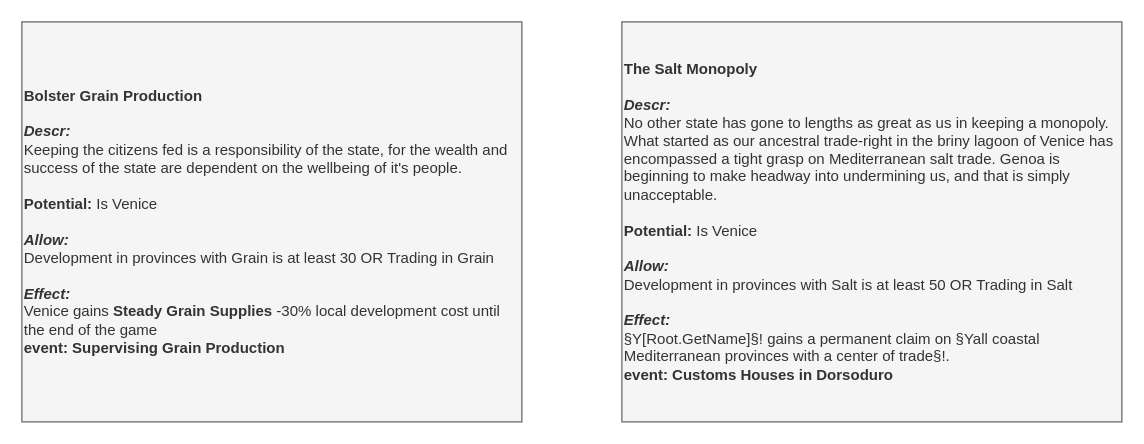
Above: page "Decisions Venice/Milan" (4 of 5) of It's Cotoletta and Moleche Time/It's Cotoletta and Moleche 0.2.drawio in Melvasul/Missions-Expanded (draw.io), before the change. Source tidied: cells renumbered, new cells numbered last; positions are measured from the earlier drawing's top-left corner, leaving out a move shared by most shapes. Both pictures are drawn from the tidied source at 125%, with x=0, y=0 at pixel (21, 21).
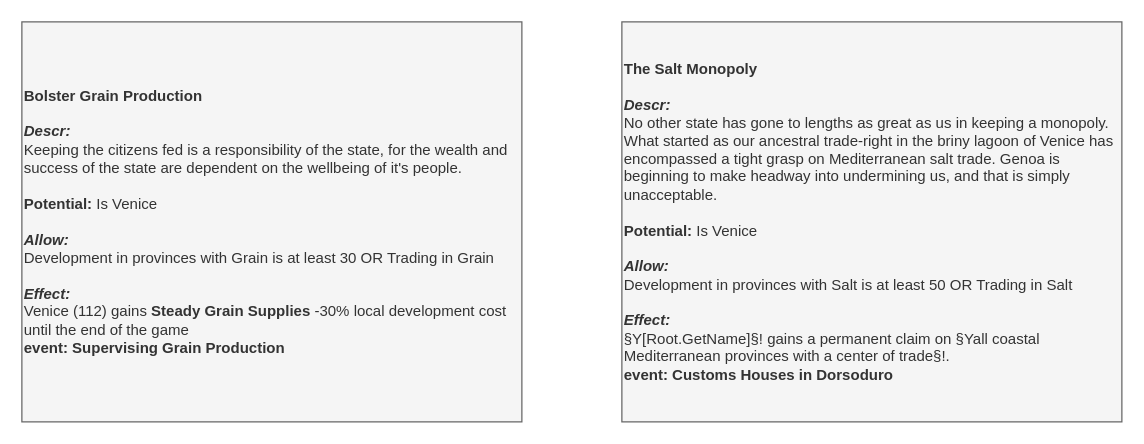
The same diagram, later.

Diff of the diagram source:
```diff
@@
 <mxGraphModel>
   <root>
     <mxCell id="0" />
     <mxCell id="1" parent="0" />
-    <mxCell id="2" value="&lt;div&gt;&lt;b&gt;Bolster Grain Production&lt;/b&gt;&lt;br&gt;&lt;/div&gt;&lt;div&gt;&lt;b&gt;&lt;br&gt;&lt;/b&gt;&lt;/div&gt;&lt;div&gt;&lt;b&gt;&lt;i&gt;Descr:&lt;/i&gt;&lt;/b&gt;&amp;nbsp;&lt;/div&gt;&lt;div&gt;Keeping the citizens fed is a responsibility of the state, for the wealth and success of the state are dependent on the wellbeing of it's people.&lt;br&gt;&lt;/div&gt;&lt;div&gt;&lt;br&gt;&lt;/div&gt;&lt;div&gt;&lt;b&gt;Potential:&lt;/b&gt; Is Venice&lt;/div&gt;&lt;div&gt;&lt;br&gt;&lt;/div&gt;&lt;div style=&quot;font-size: 12px&quot;&gt;&lt;span style=&quot;font-size: 12px&quot;&gt;&lt;b&gt;&lt;i&gt;Allow:&lt;/i&gt;&lt;/b&gt;&lt;/span&gt;&lt;/div&gt;&lt;div style=&quot;font-size: 12px&quot;&gt;Development in provinces with Grain is at least 30 OR Trading in Grain&lt;/div&gt;&lt;div style=&quot;font-size: 12px&quot;&gt;&lt;br&gt;&lt;/div&gt;&lt;div style=&quot;font-size: 12px&quot;&gt;&lt;span style=&quot;font-size: 12px&quot;&gt;&lt;b&gt;&lt;i&gt;Effect:&lt;/i&gt;&lt;/b&gt;&lt;/span&gt;&lt;/div&gt;&lt;div style=&quot;font-size: 12px&quot;&gt;Venice gains&amp;nbsp;&lt;b&gt;Steady Grain Supplies&lt;/b&gt;&amp;nbsp;-30% local development cost until the end of the game&lt;/div&gt;&lt;div&gt;&lt;/div&gt;&lt;b&gt;event: Supervising Grain Production&lt;/b&gt;" style="rounded=0;whiteSpace=wrap;html=1;fillColor=#f5f5f5;strokeColor=#666666;fontSize=12;align=left;fontColor=#333333;" parent="1" vertex="1">
+    <mxCell id="2" value="&lt;div&gt;&lt;b&gt;Bolster Grain Production&lt;/b&gt;&lt;br&gt;&lt;/div&gt;&lt;div&gt;&lt;b&gt;&lt;br&gt;&lt;/b&gt;&lt;/div&gt;&lt;div&gt;&lt;b&gt;&lt;i&gt;Descr:&lt;/i&gt;&lt;/b&gt;&amp;nbsp;&lt;/div&gt;&lt;div&gt;Keeping the citizens fed is a responsibility of the state, for the wealth and success of the state are dependent on the wellbeing of it's people.&lt;br&gt;&lt;/div&gt;&lt;div&gt;&lt;br&gt;&lt;/div&gt;&lt;div&gt;&lt;b&gt;Potential:&lt;/b&gt; Is Venice&lt;/div&gt;&lt;div&gt;&lt;br&gt;&lt;/div&gt;&lt;div style=&quot;font-size: 12px&quot;&gt;&lt;span style=&quot;font-size: 12px&quot;&gt;&lt;b&gt;&lt;i&gt;Allow:&lt;/i&gt;&lt;/b&gt;&lt;/span&gt;&lt;/div&gt;&lt;div style=&quot;font-size: 12px&quot;&gt;Development in provinces with Grain is at least 30 OR Trading in Grain&lt;/div&gt;&lt;div style=&quot;font-size: 12px&quot;&gt;&lt;br&gt;&lt;/div&gt;&lt;div style=&quot;font-size: 12px&quot;&gt;&lt;span style=&quot;font-size: 12px&quot;&gt;&lt;b&gt;&lt;i&gt;Effect:&lt;/i&gt;&lt;/b&gt;&lt;/span&gt;&lt;/div&gt;&lt;div style=&quot;font-size: 12px&quot;&gt;Venice (112) gains&amp;nbsp;&lt;b&gt;Steady Grain Supplies&lt;/b&gt;&amp;nbsp;-30% local development cost until the end of the game&lt;/div&gt;&lt;div&gt;&lt;/div&gt;&lt;b&gt;event: Supervising Grain Production&lt;/b&gt;" style="rounded=0;whiteSpace=wrap;html=1;fillColor=#f5f5f5;strokeColor=#666666;fontSize=12;align=left;fontColor=#333333;" parent="1" vertex="1">
       <mxGeometry width="400" height="320" as="geometry" />
     </mxCell>
     <mxCell id="3" value="&lt;div&gt;&lt;b&gt;The Salt Monopoly&lt;/b&gt;&lt;br&gt;&lt;/div&gt;&lt;div&gt;&lt;b&gt;&lt;br&gt;&lt;/b&gt;&lt;/div&gt;&lt;div&gt;&lt;b&gt;&lt;i&gt;Descr:&lt;/i&gt;&lt;/b&gt;&amp;nbsp;&lt;/div&gt;&lt;div&gt;No other state has gone to lengths as great as us in keeping a monopoly. What started as our ancestral trade-right in the briny lagoon of Venice has encompassed a tight grasp on Mediterranean salt trade. Genoa is beginning to make headway into undermining us, and that is simply unacceptable.&lt;/div&gt;&lt;div&gt;&lt;br&gt;&lt;/div&gt;&lt;div&gt;&lt;b&gt;Potential:&lt;/b&gt;&amp;nbsp;Is Venice&lt;/div&gt;&lt;div&gt;&lt;br&gt;&lt;/div&gt;&lt;div&gt;&lt;b&gt;&lt;i&gt;Allow:&lt;/i&gt;&lt;/b&gt;&lt;/div&gt;&lt;div style=&quot;font-size: 12px&quot;&gt;Development in provinces with Salt is at least 50&amp;nbsp;OR Trading in Salt&lt;/div&gt;&lt;div style=&quot;font-size: 12px&quot;&gt;&lt;br&gt;&lt;/div&gt;&lt;div style=&quot;font-size: 12px&quot;&gt;&lt;span style=&quot;font-size: 12px&quot;&gt;&lt;b&gt;&lt;i&gt;Effect:&lt;/i&gt;&lt;/b&gt;&lt;/span&gt;&lt;/div&gt;&lt;div&gt;§Y[Root.GetName]§! gains a permanent claim on §Yall coastal Mediterranean provinces with a center of trade§!.&lt;br&gt;&lt;/div&gt;&lt;div&gt;&lt;/div&gt;&lt;b&gt;event:&amp;nbsp;Customs Houses in Dorsoduro&lt;/b&gt;" style="rounded=0;whiteSpace=wrap;html=1;fillColor=#f5f5f5;strokeColor=#666666;fontSize=12;align=left;fontColor=#333333;" parent="1" vertex="1">
       <mxGeometry x="480" width="400" height="320" as="geometry" />
     </mxCell>
   </root>
 </mxGraphModel>
```
